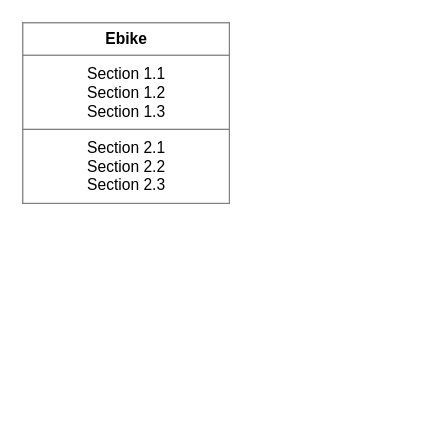
The draw.io diagram Untitled Diagram.drawio in CJudeB/roughsession, before the edit. Source tidied: cells renumbered, new cells numbered last; positions are measured from the earlier drawing's top-left corner, leaving out a move shared by most shapes. Both pictures are drawn from the tidied source at 130%, with x=0, y=0 at pixel (22, 22).
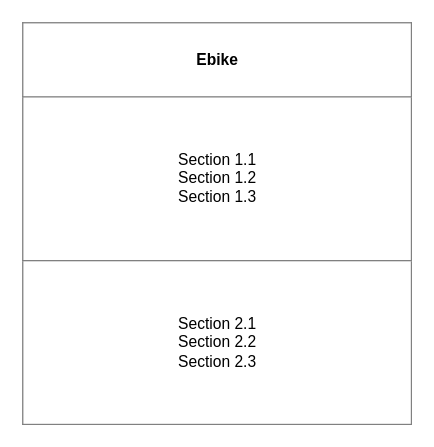
The same diagram, later.

Change to the diagram source:
```diff
@@
 <mxGraphModel>
   <root>
     <mxCell id="0" />
     <mxCell id="1" parent="0" />
-    <mxCell id="2" value="&lt;table border=&quot;1&quot; width=&quot;100%&quot; cellpadding=&quot;4&quot; style=&quot;width: 100% ; height: 100% ; border-collapse: collapse&quot;&gt;&lt;tbody&gt;&lt;tr&gt;&lt;th align=&quot;center&quot;&gt;Ebike&lt;/th&gt;&lt;/tr&gt;&lt;tr&gt;&lt;td align=&quot;center&quot;&gt;Section 1.1&lt;br&gt;Section 1.2&lt;br&gt;Section 1.3&lt;/td&gt;&lt;/tr&gt;&lt;tr&gt;&lt;td align=&quot;center&quot;&gt;Section 2.1&lt;br&gt;Section 2.2&lt;br&gt;Section 2.3&lt;/td&gt;&lt;/tr&gt;&lt;/tbody&gt;&lt;/table&gt;" style="text;html=1;strokeColor=none;fillColor=none;overflow=fill;" parent="1" vertex="1">
-      <mxGeometry width="160" height="140" as="geometry" />
+    <mxCell id="2" value="&lt;table border=&quot;1&quot; width=&quot;100%&quot; cellpadding=&quot;4&quot; style=&quot;width: 100% ; height: 100% ; border-collapse: collapse&quot;&gt;&lt;tbody&gt;&lt;tr&gt;&lt;th&gt;Ebike&lt;/th&gt;&lt;/tr&gt;&lt;tr&gt;&lt;td&gt;Section 1.1&lt;br&gt;Section 1.2&lt;br&gt;Section 1.3&lt;/td&gt;&lt;/tr&gt;&lt;tr&gt;&lt;td&gt;Section 2.1&lt;br&gt;Section 2.2&lt;br&gt;Section 2.3&lt;/td&gt;&lt;/tr&gt;&lt;/tbody&gt;&lt;/table&gt;" style="text;html=1;strokeColor=none;fillColor=none;overflow=fill;align=center;" parent="1" vertex="1">
+      <mxGeometry width="300" height="310" as="geometry" />
     </mxCell>
   </root>
 </mxGraphModel>
```
